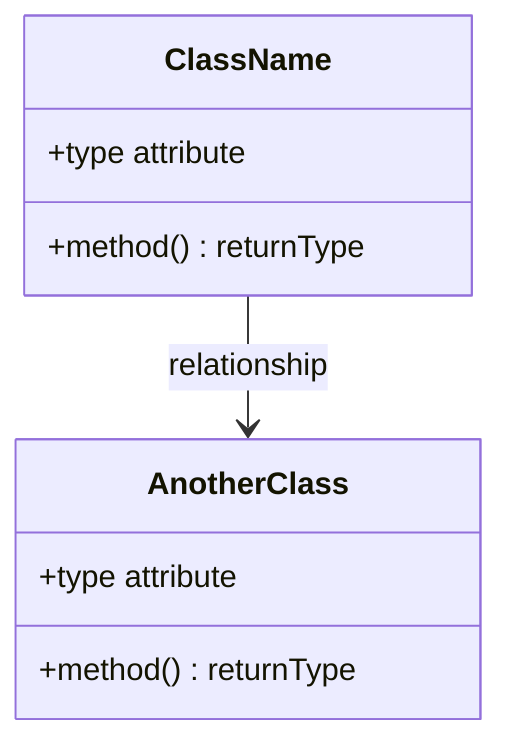
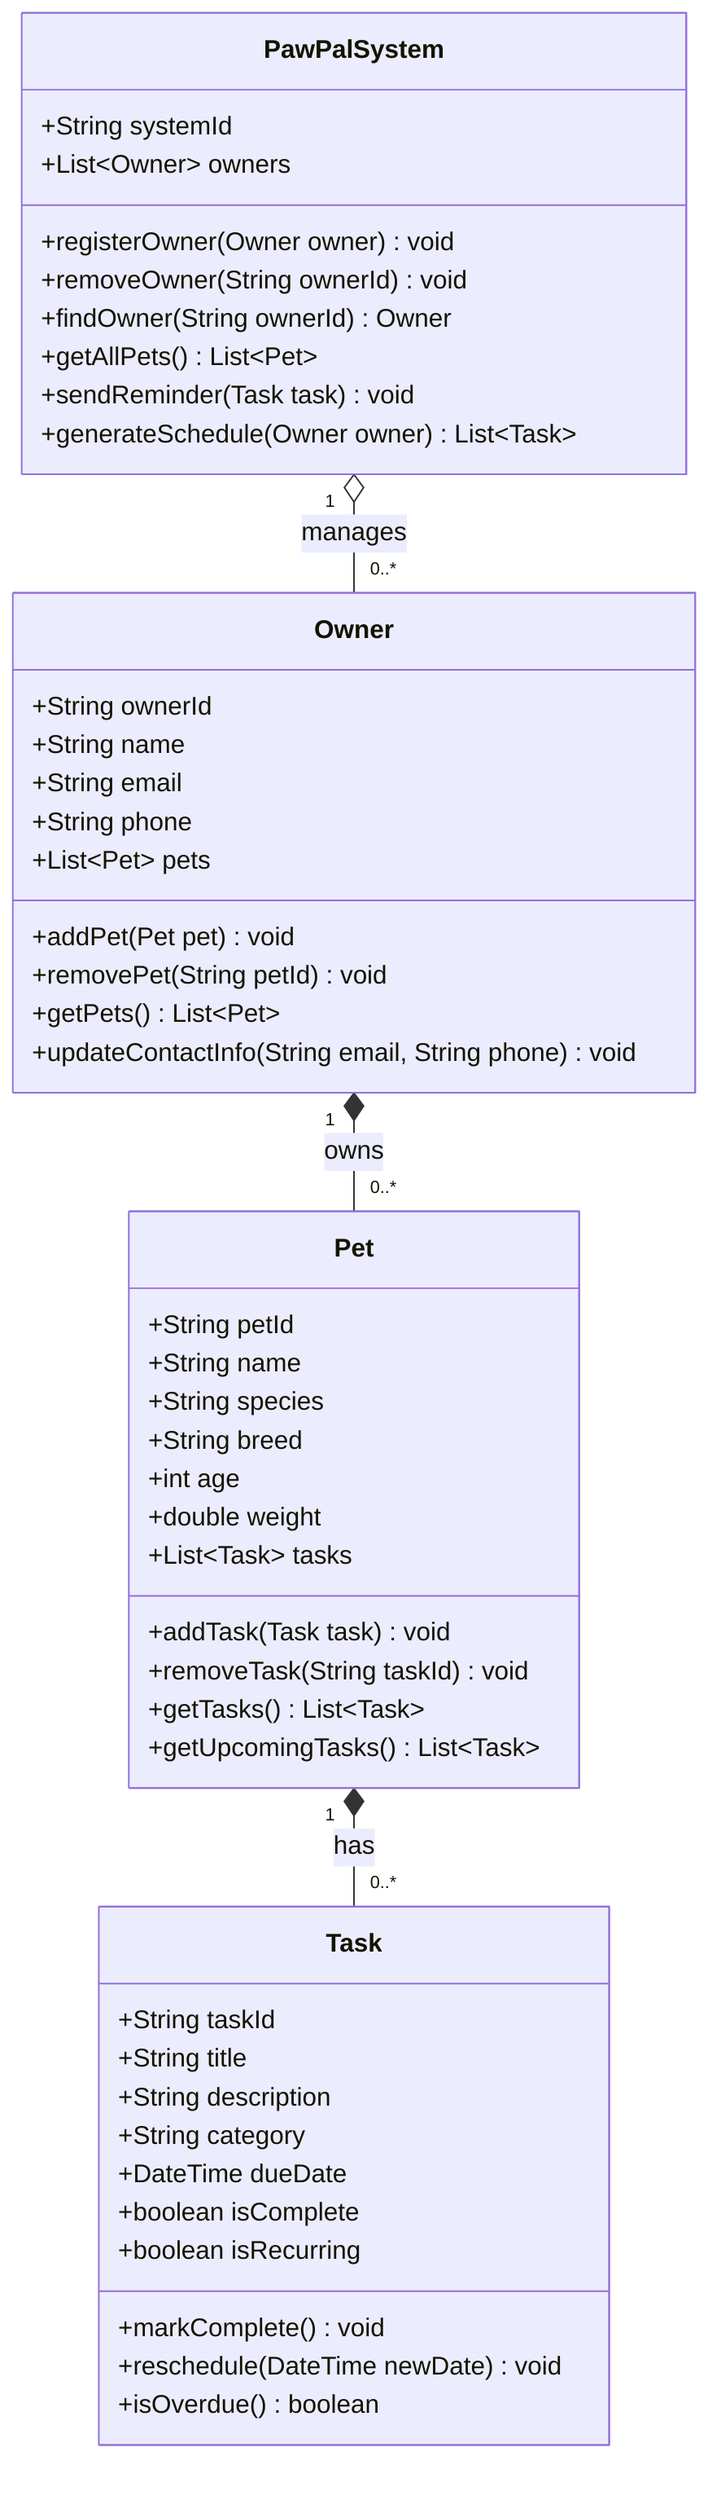
classDiagram
-     %% Replace the placeholders below with your actual classes, attributes, methods, and relationships.
-     %% Keep this file updated so it matches your final implementation.
+     %% PawPal+ — Pet Care App UML Class Diagram

-     class ClassName {
-         +type attribute
-         +method() returnType
+     class Owner {
+         +String ownerId
+         +String name
+         +String email
+         +String phone
+         +List~Pet~ pets
+         +addPet(Pet pet) void
+         +removePet(String petId) void
+         +getPets() List~Pet~
+         +updateContactInfo(String email, String phone) void
    }

-     class AnotherClass {
-         +type attribute
-         +method() returnType
+     class Pet {
+         +String petId
+         +String name
+         +String species
+         +String breed
+         +int age
+         +double weight
+         +List~Task~ tasks
+         +addTask(Task task) void
+         +removeTask(String taskId) void
+         +getTasks() List~Task~
+         +getUpcomingTasks() List~Task~
    }

-     ClassName --> AnotherClass : relationship
+     class Task {
+         +String taskId
+         +String title
+         +String description
+         +String category
+         +DateTime dueDate
+         +boolean isComplete
+         +boolean isRecurring
+         +markComplete() void
+         +reschedule(DateTime newDate) void
+         +isOverdue() boolean
+     }
+ 
+     class PawPalSystem {
+         +String systemId
+         +List~Owner~ owners
+         +registerOwner(Owner owner) void
+         +removeOwner(String ownerId) void
+         +findOwner(String ownerId) Owner
+         +getAllPets() List~Pet~
+         +sendReminder(Task task) void
+         +generateSchedule(Owner owner) List~Task~
+     }
+ 
+     PawPalSystem "1" o-- "0..*" Owner : manages
+     Owner "1" *-- "0..*" Pet : owns
+     Pet "1" *-- "0..*" Task : has
